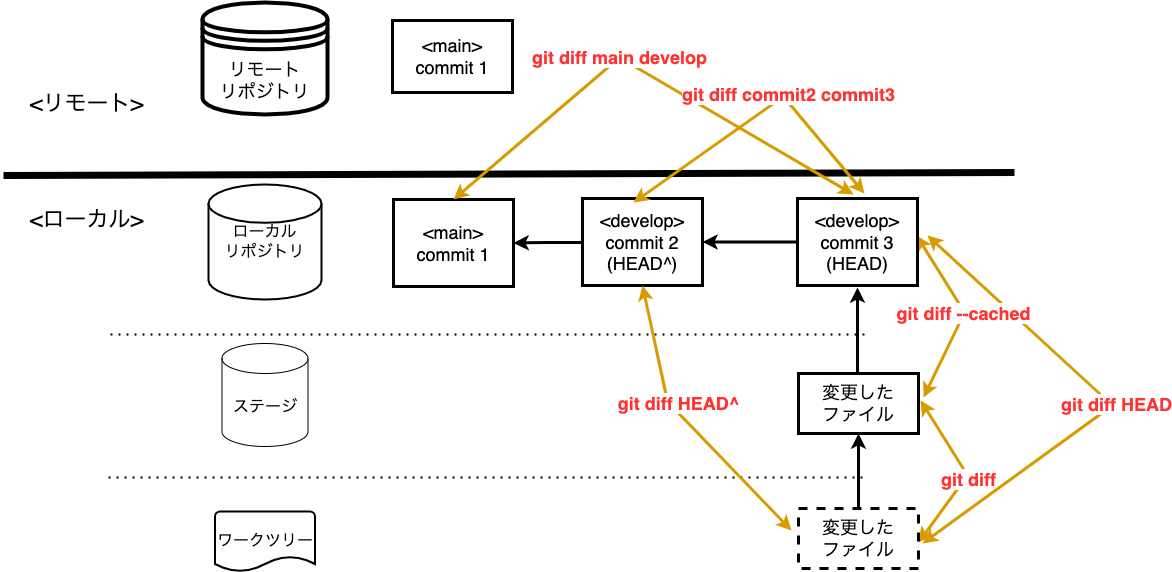
Before: assets/image/Git勉強会_コマンドイメージ図-diff.drawio.png, a diagram exported from draw.io (irongineer/learning-git-for-team). Source tidied: cells renumbered, new cells last; positions are measured from the earlier drawing's top-left corner, leaving out a move shared by most shapes.
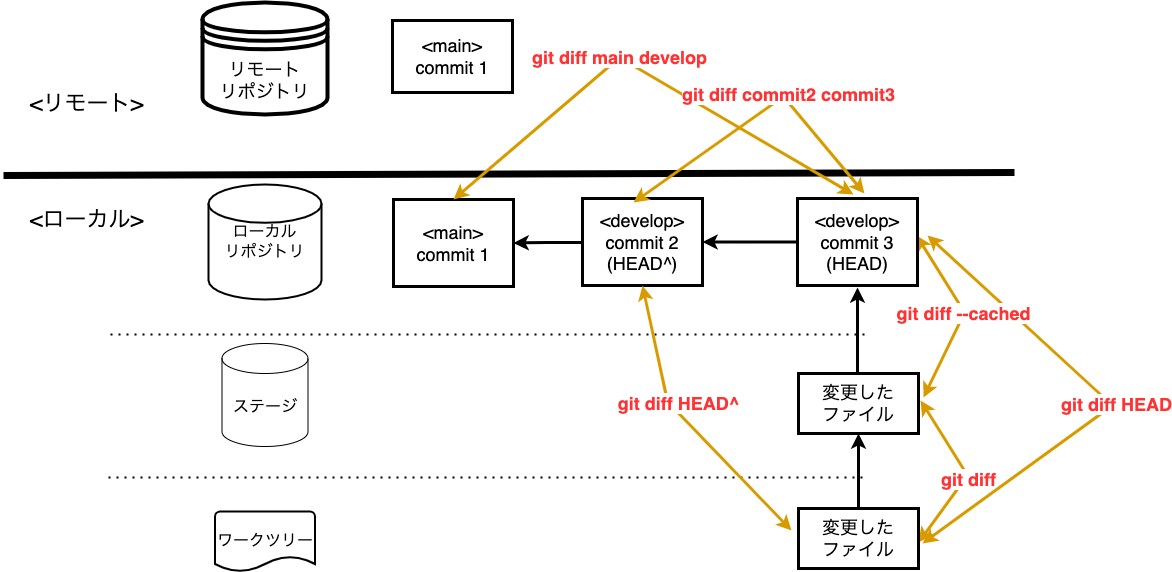
After the commit.

Change to the diagram source:
```diff
@@ -103,7 +103,7 @@
     <mxCell id="23" style="edgeStyle=orthogonalEdgeStyle;rounded=0;jettySize=auto;html=1;fontSize=18;strokeWidth=3;entryX=0.5;entryY=1;entryDx=0;entryDy=0;exitX=0.5;exitY=0;exitDx=0;exitDy=0;" parent="1" edge="1" source="24" target="25">
       <mxGeometry relative="1" as="geometry" />
     </mxCell>
-    <mxCell id="24" value="&lt;font color=&quot;#000000&quot;&gt;変更した&lt;br&gt;ファイル&lt;/font&gt;" style="whiteSpace=wrap;html=1;fontSize=18;fontColor=#FF3333;strokeWidth=3;dashed=1;" parent="1" vertex="1">
+    <mxCell id="24" value="&lt;font color=&quot;#000000&quot;&gt;変更した&lt;br&gt;ファイル&lt;/font&gt;" style="whiteSpace=wrap;html=1;fontSize=18;fontColor=#FF3333;strokeWidth=3;" parent="1" vertex="1">
       <mxGeometry x="795" y="506" width="120" height="60" as="geometry" />
     </mxCell>
     <mxCell id="25" value="&lt;font color=&quot;#000000&quot;&gt;変更した&lt;br&gt;ファイル&lt;/font&gt;" style="whiteSpace=wrap;html=1;fontSize=18;fontColor=#FF3333;strokeWidth=3;" parent="1" vertex="1">
```
